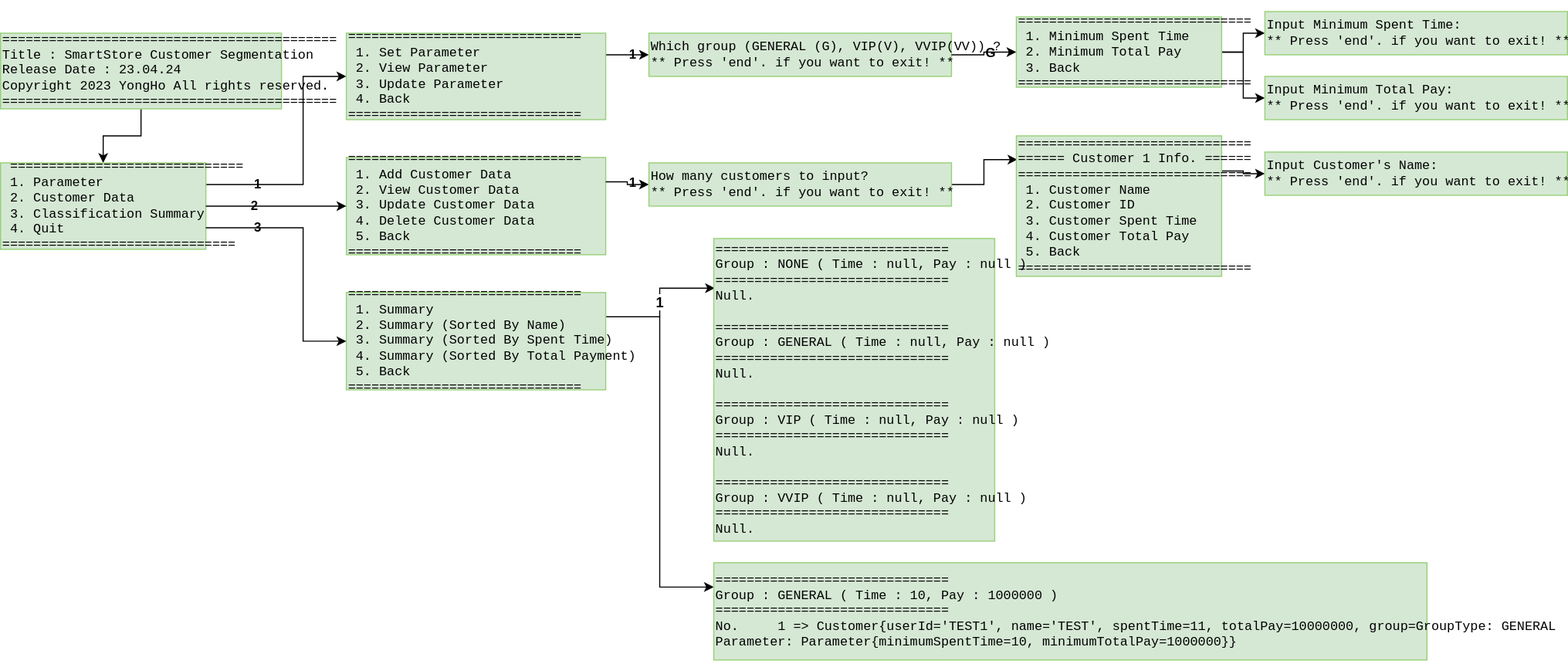
Above: doc/SmartStore.drawio.svg in FastCampusKDTBackend/KDTBE5_Java_ToyProject (draw.io), before the change. Source tidied: cells renumbered, new cells last; positions are measured from the earlier drawing's top-left corner, leaving out a move shared by most shapes.
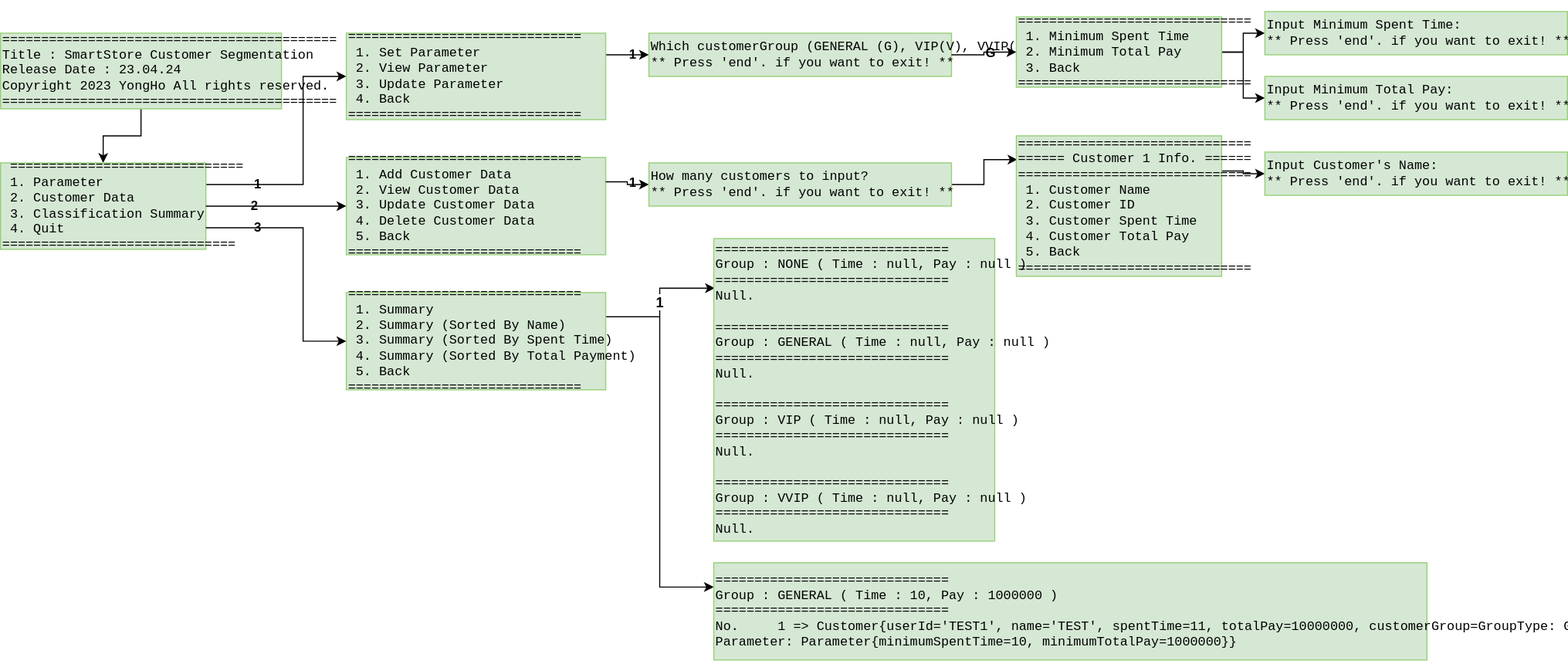
The same file after the commit.

Diff of the diagram source:
```diff
@@ -49,7 +49,7 @@
         </Array>
       </mxGeometry>
     </mxCell>
-    <mxCell id="13" value="&lt;div style=&quot;font-size: 9pt; font-family: &amp;quot;JetBrains Mono&amp;quot;, monospace;&quot;&gt;&lt;pre style=&quot;&quot;&gt;&lt;div style=&quot;font-family: &amp;quot;JetBrains Mono&amp;quot;, monospace; font-size: 9pt;&quot;&gt;&lt;pre&gt;&lt;div style=&quot;font-family: &amp;quot;JetBrains Mono&amp;quot;, monospace; font-size: 9pt;&quot;&gt;&lt;pre&gt;&lt;div style=&quot;font-family: &amp;quot;JetBrains Mono&amp;quot;, monospace; font-size: 9pt;&quot;&gt;&lt;pre&gt;&lt;span style=&quot;&quot;&gt;Which group (GENERAL (G), VIP(V), VVIP(VV)) ?&lt;br&gt;** Press 'end'. if you want to exit! **&lt;/span&gt;&lt;/pre&gt;&lt;/div&gt;&lt;/pre&gt;&lt;/div&gt;&lt;/pre&gt;&lt;/div&gt;&lt;/pre&gt;&lt;/div&gt;" style="rounded=0;whiteSpace=wrap;html=1;fontSize=12;glass=0;strokeWidth=1;shadow=0;align=left;fillColor=#D5E8D4;labelBackgroundColor=none;verticalAlign=middle;fontColor=#000000;strokeColor=#97D077;" parent="1" vertex="1">
+    <mxCell id="13" value="&lt;div style=&quot;font-size: 9pt; font-family: &amp;quot;JetBrains Mono&amp;quot;, monospace;&quot;&gt;&lt;pre style=&quot;&quot;&gt;&lt;div style=&quot;font-family: &amp;quot;JetBrains Mono&amp;quot;, monospace; font-size: 9pt;&quot;&gt;&lt;pre&gt;&lt;div style=&quot;font-family: &amp;quot;JetBrains Mono&amp;quot;, monospace; font-size: 9pt;&quot;&gt;&lt;pre&gt;&lt;div style=&quot;font-family: &amp;quot;JetBrains Mono&amp;quot;, monospace; font-size: 9pt;&quot;&gt;&lt;pre&gt;&lt;span style=&quot;&quot;&gt;Which customerGroup (GENERAL (G), VIP(V), VVIP(VV)) ?&lt;br&gt;** Press 'end'. if you want to exit! **&lt;/span&gt;&lt;/pre&gt;&lt;/div&gt;&lt;/pre&gt;&lt;/div&gt;&lt;/pre&gt;&lt;/div&gt;&lt;/pre&gt;&lt;/div&gt;" style="rounded=0;whiteSpace=wrap;html=1;fontSize=12;glass=0;strokeWidth=1;shadow=0;align=left;fillColor=#D5E8D4;labelBackgroundColor=none;verticalAlign=middle;fontColor=#000000;strokeColor=#97D077;" parent="1" vertex="1">
       <mxGeometry x="600" y="20" width="280" height="40" as="geometry" />
     </mxCell>
     <mxCell id="14" style="edgeStyle=orthogonalEdgeStyle;rounded=0;jettySize=auto;html=1;exitX=1;exitY=0.5;exitDx=0;exitDy=0;entryX=0;entryY=0.5;entryDx=0;entryDy=0;" parent="1" edge="1" source="16" target="19">
@@ -99,7 +99,7 @@
     <mxCell id="27" value="&lt;div style=&quot;&quot;&gt;&lt;pre style=&quot;&quot;&gt;&lt;div style=&quot;&quot;&gt;&lt;pre style=&quot;&quot;&gt;&lt;div style=&quot;&quot;&gt;&lt;pre style=&quot;&quot;&gt;==============================&lt;br&gt;Group : NONE ( Time : null, Pay : null )&lt;br&gt;==============================&lt;br&gt;Null.&lt;br&gt;&lt;br&gt;==============================&lt;br&gt;Group : GENERAL ( Time : null, Pay : null )&lt;br&gt;==============================&lt;br&gt;Null.&lt;br&gt;&lt;br&gt;==============================&lt;br&gt;Group : VIP ( Time : null, Pay : null )&lt;br&gt;==============================&lt;br&gt;Null.&lt;br&gt;&lt;br&gt;==============================&lt;br&gt;Group : VVIP ( Time : null, Pay : null )&lt;br&gt;==============================&lt;br&gt;Null.&lt;font face=&quot;JetBrains Mono, monospace&quot;&gt;&lt;br&gt;&lt;/font&gt;&lt;/pre&gt;&lt;/div&gt;&lt;/pre&gt;&lt;/div&gt;&lt;/pre&gt;&lt;/div&gt;" style="rounded=0;whiteSpace=wrap;html=1;fontSize=12;glass=0;strokeWidth=1;shadow=0;align=left;fillColor=#D5E8D4;labelBackgroundColor=none;verticalAlign=middle;fontColor=#000000;strokeColor=#97D077;" parent="1" vertex="1">
       <mxGeometry x="660" y="210" width="260" height="280" as="geometry" />
     </mxCell>
-    <mxCell id="28" value="&lt;div style=&quot;&quot;&gt;&lt;pre style=&quot;&quot;&gt;&lt;div style=&quot;&quot;&gt;&lt;pre style=&quot;&quot;&gt;&lt;div style=&quot;&quot;&gt;&lt;pre style=&quot;&quot;&gt;==============================&lt;br&gt;Group : GENERAL ( Time : 10, Pay : 1000000 )&lt;br&gt;==============================&lt;br&gt;No.     1 =&amp;gt; Customer{userId='TEST1', name='TEST', spentTime=11, totalPay=10000000, group=GroupType: GENERAL&lt;br&gt;Parameter: Parameter{minimumSpentTime=10, minimumTotalPay=1000000}}&lt;/pre&gt;&lt;/div&gt;&lt;/pre&gt;&lt;/div&gt;&lt;/pre&gt;&lt;/div&gt;" style="rounded=0;whiteSpace=wrap;html=1;fontSize=12;glass=0;strokeWidth=1;shadow=0;align=left;fillColor=#D5E8D4;labelBackgroundColor=none;verticalAlign=middle;fontColor=#000000;strokeColor=#97D077;" parent="1" vertex="1">
+    <mxCell id="28" value="&lt;div style=&quot;&quot;&gt;&lt;pre style=&quot;&quot;&gt;&lt;div style=&quot;&quot;&gt;&lt;pre style=&quot;&quot;&gt;&lt;div style=&quot;&quot;&gt;&lt;pre style=&quot;&quot;&gt;==============================&lt;br&gt;Group : GENERAL ( Time : 10, Pay : 1000000 )&lt;br&gt;==============================&lt;br&gt;No.     1 =&amp;gt; Customer{userId='TEST1', name='TEST', spentTime=11, totalPay=10000000, customerGroup=GroupType: GENERAL&lt;br&gt;Parameter: Parameter{minimumSpentTime=10, minimumTotalPay=1000000}}&lt;/pre&gt;&lt;/div&gt;&lt;/pre&gt;&lt;/div&gt;&lt;/pre&gt;&lt;/div&gt;" style="rounded=0;whiteSpace=wrap;html=1;fontSize=12;glass=0;strokeWidth=1;shadow=0;align=left;fillColor=#D5E8D4;labelBackgroundColor=none;verticalAlign=middle;fontColor=#000000;strokeColor=#97D077;" parent="1" vertex="1">
       <mxGeometry x="660" y="510" width="660" height="90" as="geometry" />
     </mxCell>
   </root>
```
